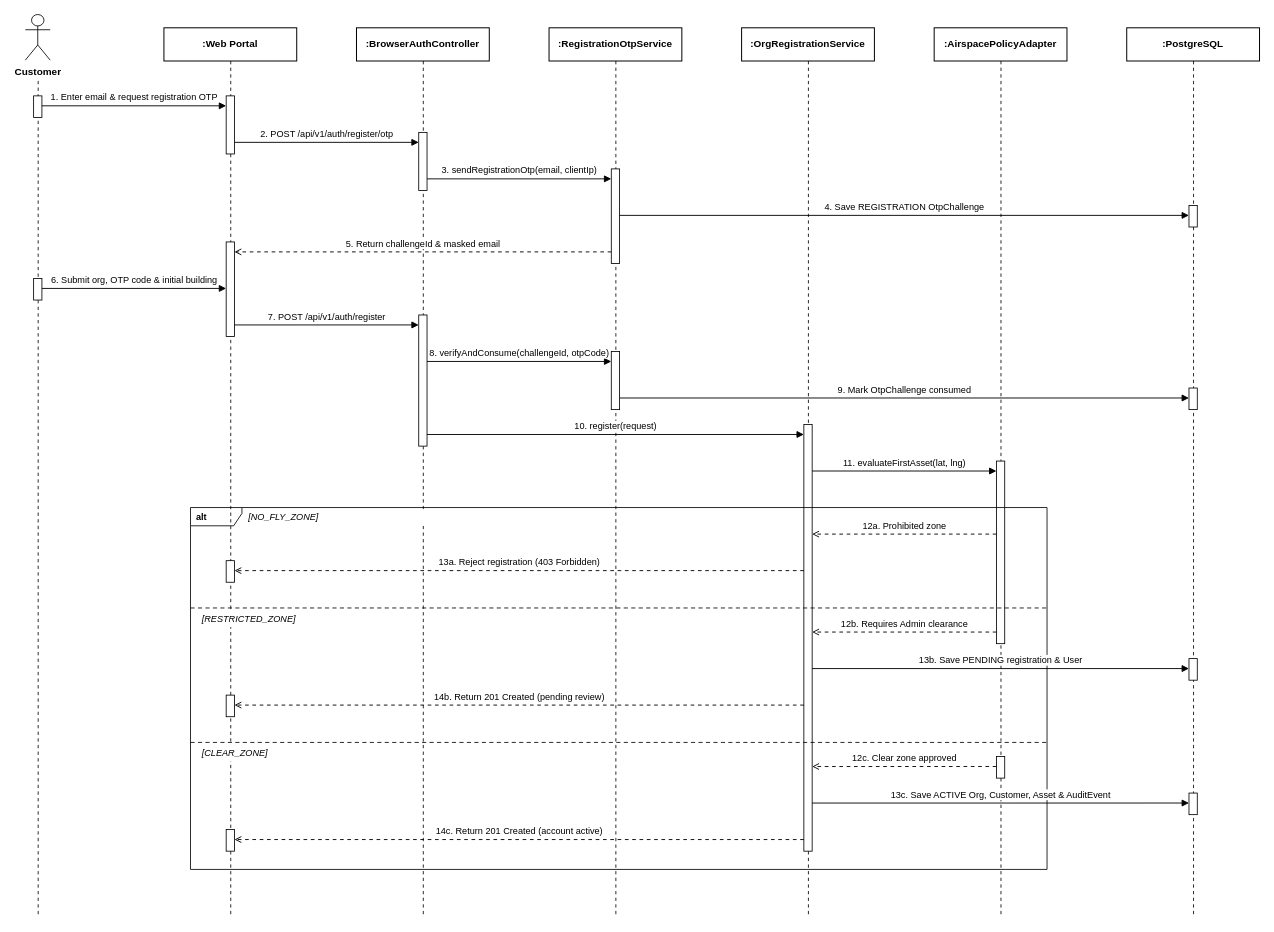
Above: page "FE-01A - Customer Registration" (1 of 26) of diagrams/smartdrone-sequence-diagrams.drawio in tungbach12/SmartDroneInspection-Docs (draw.io), before the change. Source tidied: cells renumbered, new cells numbered last; positions are measured from the earlier drawing's top-left corner, leaving out a move shared by most shapes. Both pictures are drawn from the tidied source at 83%, with x=0, y=0 at pixel (25, 14).
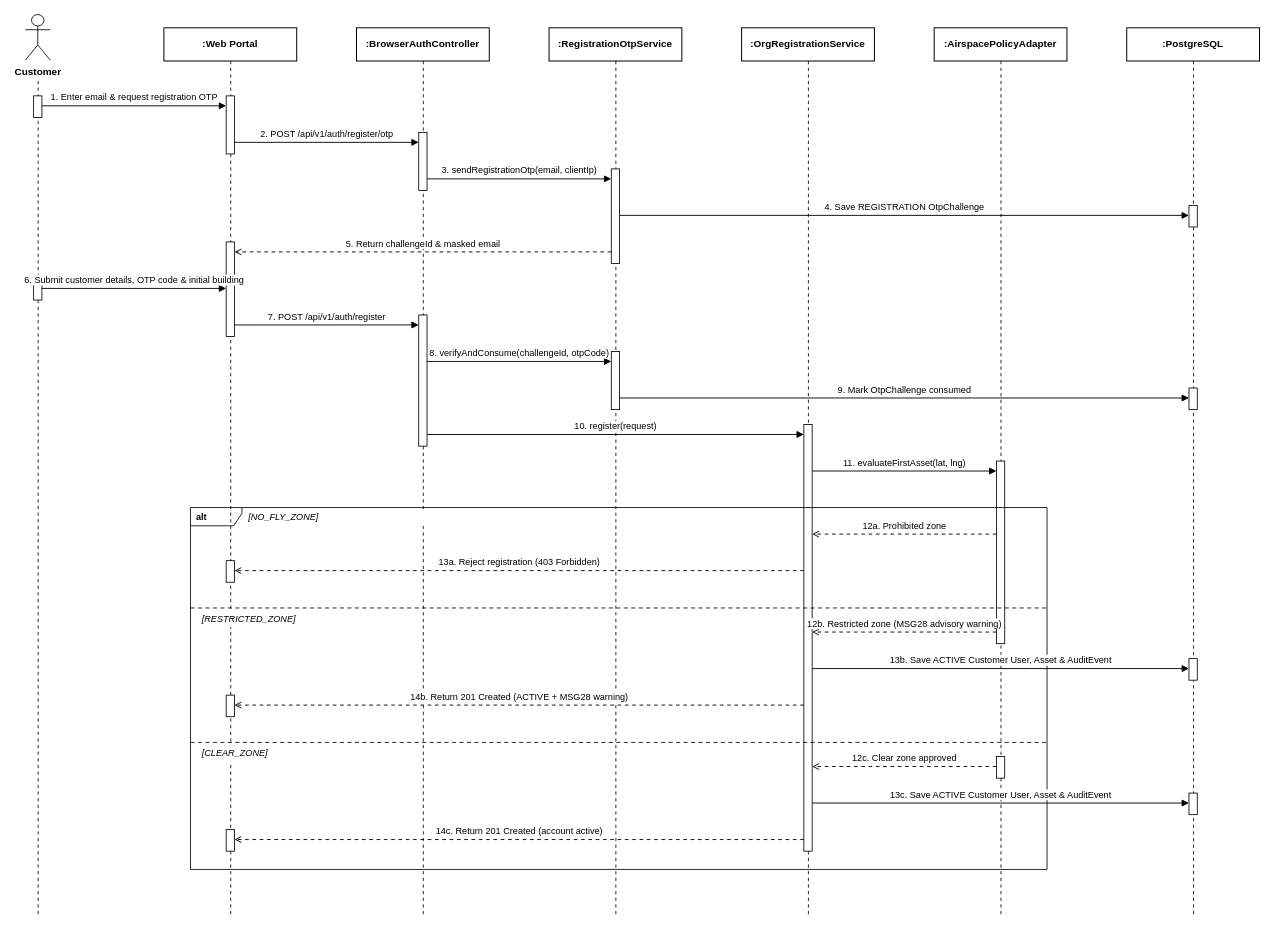
After the change.

The change refers to these unchanged cells:
```xml
<mxCell id="17" style="rounded=0;whiteSpace=wrap;html=1;fillColor=#ffffff;strokeColor=#000000;strokeWidth=1;" parent="1" vertex="1">
  <mxGeometry x="10" y="318" width="10" height="26" as="geometry" />
</mxCell>
<mxCell id="19" style="rounded=0;whiteSpace=wrap;html=1;fillColor=#ffffff;strokeColor=#000000;strokeWidth=1;" parent="1" vertex="1">
  <mxGeometry x="242" y="274" width="10" height="114" as="geometry" />
</mxCell>
<mxCell id="21" style="rounded=0;whiteSpace=wrap;html=1;fillColor=#ffffff;strokeColor=#000000;strokeWidth=1;" parent="1" vertex="1">
  <mxGeometry x="242" y="820" width="10" height="26" as="geometry" />
</mxCell>
<mxCell id="27" style="rounded=0;whiteSpace=wrap;html=1;fillColor=#ffffff;strokeColor=#000000;strokeWidth=1;" parent="1" vertex="1">
  <mxGeometry x="938" y="494" width="10" height="514" as="geometry" />
</mxCell>
<mxCell id="28" style="rounded=0;whiteSpace=wrap;html=1;fillColor=#ffffff;strokeColor=#000000;strokeWidth=1;" parent="1" vertex="1">
  <mxGeometry x="1170" y="538" width="10" height="220" as="geometry" />
</mxCell>
<mxCell id="32" style="rounded=0;whiteSpace=wrap;html=1;fillColor=#ffffff;strokeColor=#000000;strokeWidth=1;" parent="1" vertex="1">
  <mxGeometry x="1402" y="776" width="10" height="26" as="geometry" />
</mxCell>
<mxCell id="33" style="rounded=0;whiteSpace=wrap;html=1;fillColor=#ffffff;strokeColor=#000000;strokeWidth=1;" parent="1" vertex="1">
  <mxGeometry x="1402" y="938" width="10" height="26" as="geometry" />
</mxCell>
```

The edit, as a diff of the source:
```diff
@@
-    <mxCell id="45" value="6. Submit org, OTP code &amp;amp; initial building" style="edgeStyle=orthogonalEdgeStyle;rounded=0;html=1;endArrow=block;endFill=1;strokeColor=#000000;strokeWidth=1.1;fontColor=#000000;fontFamily=Helvetica;fontSize=11;labelBackgroundColor=#ffffff;exitX=1;exitY=0.4615;exitDx=0;exitDy=0;entryX=0;entryY=0.4912;entryDx=0;entryDy=0;" parent="1" edge="1" source="17" target="19">
+    <mxCell id="45" value="6. Submit customer details, OTP code &amp; initial building" style="edgeStyle=orthogonalEdgeStyle;rounded=0;html=1;endArrow=block;endFill=1;strokeColor=#000000;strokeWidth=1.1;fontColor=#000000;fontFamily=Helvetica;fontSize=11;labelBackgroundColor=#ffffff;exitX=1;exitY=0.4615;exitDx=0;exitDy=0;entryX=0;entryY=0.4912;entryDx=0;entryDy=0;" parent="1" edge="1" source="17" target="19">
       <mxGeometry relative="1" as="geometry">
         <mxPoint y="-10" as="offset" />
       </mxGeometry>
     </mxCell>
@@
-    <mxCell id="53" value="12b. Requires Admin clearance" style="edgeStyle=orthogonalEdgeStyle;rounded=0;html=1;endArrow=open;endFill=0;dashed=1;dashPattern=4 4;strokeColor=#000000;strokeWidth=1.1;fontColor=#000000;fontFamily=Helvetica;fontSize=11;labelBackgroundColor=#ffffff;exitX=0;exitY=0.9364;exitDx=0;exitDy=0;entryX=1;entryY=0.4864;entryDx=0;entryDy=0;" parent="1" edge="1" source="28" target="27">
+    <mxCell id="53" value="12b. Restricted zone (MSG28 advisory warning)" style="edgeStyle=orthogonalEdgeStyle;rounded=0;html=1;endArrow=open;endFill=0;dashed=1;dashPattern=4 4;strokeColor=#000000;strokeWidth=1.1;fontColor=#000000;fontFamily=Helvetica;fontSize=11;labelBackgroundColor=#ffffff;exitX=0;exitY=0.9364;exitDx=0;exitDy=0;entryX=1;entryY=0.4864;entryDx=0;entryDy=0;" parent="1" edge="1" source="28" target="27">
       <mxGeometry relative="1" as="geometry">
         <mxPoint y="-10" as="offset" />
       </mxGeometry>
     </mxCell>
-    <mxCell id="54" value="13b. Save PENDING registration &amp;amp; User" style="edgeStyle=orthogonalEdgeStyle;rounded=0;html=1;endArrow=block;endFill=1;strokeColor=#000000;strokeWidth=1.1;fontColor=#000000;fontFamily=Helvetica;fontSize=11;labelBackgroundColor=#ffffff;exitX=1;exitY=0.5720;exitDx=0;exitDy=0;entryX=0;entryY=0.4615;entryDx=0;entryDy=0;" parent="1" edge="1" source="27" target="32">
+    <mxCell id="54" value="13b. Save ACTIVE Customer User, Asset &amp;amp; AuditEvent" style="edgeStyle=orthogonalEdgeStyle;rounded=0;html=1;endArrow=block;endFill=1;strokeColor=#000000;strokeWidth=1.1;fontColor=#000000;fontFamily=Helvetica;fontSize=11;labelBackgroundColor=#ffffff;exitX=1;exitY=0.5720;exitDx=0;exitDy=0;entryX=0;entryY=0.4615;entryDx=0;entryDy=0;" parent="1" edge="1" source="27" target="32">
       <mxGeometry relative="1" as="geometry">
         <mxPoint y="-10" as="offset" />
       </mxGeometry>
     </mxCell>
-    <mxCell id="55" value="14b. Return 201 Created (pending review)" style="edgeStyle=orthogonalEdgeStyle;rounded=0;html=1;endArrow=open;endFill=0;dashed=1;dashPattern=4 4;strokeColor=#000000;strokeWidth=1.1;fontColor=#000000;fontFamily=Helvetica;fontSize=11;labelBackgroundColor=#ffffff;exitX=0;exitY=0.6576;exitDx=0;exitDy=0;entryX=1;entryY=0.4615;entryDx=0;entryDy=0;" parent="1" edge="1" source="27" target="21">
+    <mxCell id="55" value="14b. Return 201 Created (ACTIVE + MSG28 warning)" style="edgeStyle=orthogonalEdgeStyle;rounded=0;html=1;endArrow=open;endFill=0;dashed=1;dashPattern=4 4;strokeColor=#000000;strokeWidth=1.1;fontColor=#000000;fontFamily=Helvetica;fontSize=11;labelBackgroundColor=#ffffff;exitX=0;exitY=0.6576;exitDx=0;exitDy=0;entryX=1;entryY=0.4615;entryDx=0;entryDy=0;" parent="1" edge="1" source="27" target="21">
       <mxGeometry relative="1" as="geometry">
         <mxPoint y="-10" as="offset" />
       </mxGeometry>
     </mxCell>
@@
-    <mxCell id="57" value="13c. Save ACTIVE Org, Customer, Asset &amp;amp; AuditEvent" style="edgeStyle=orthogonalEdgeStyle;rounded=0;html=1;endArrow=block;endFill=1;strokeColor=#000000;strokeWidth=1.1;fontColor=#000000;fontFamily=Helvetica;fontSize=11;labelBackgroundColor=#ffffff;exitX=1;exitY=0.8872;exitDx=0;exitDy=0;entryX=0;entryY=0.4615;entryDx=0;entryDy=0;" parent="1" edge="1" source="27" target="33">
+    <mxCell id="57" value="13c. Save ACTIVE Customer User, Asset &amp; AuditEvent" style="edgeStyle=orthogonalEdgeStyle;rounded=0;html=1;endArrow=block;endFill=1;strokeColor=#000000;strokeWidth=1.1;fontColor=#000000;fontFamily=Helvetica;fontSize=11;labelBackgroundColor=#ffffff;exitX=1;exitY=0.8872;exitDx=0;exitDy=0;entryX=0;entryY=0.4615;entryDx=0;entryDy=0;" parent="1" edge="1" source="27" target="33">
       <mxGeometry relative="1" as="geometry">
         <mxPoint y="-10" as="offset" />
       </mxGeometry>
     </mxCell>
```
